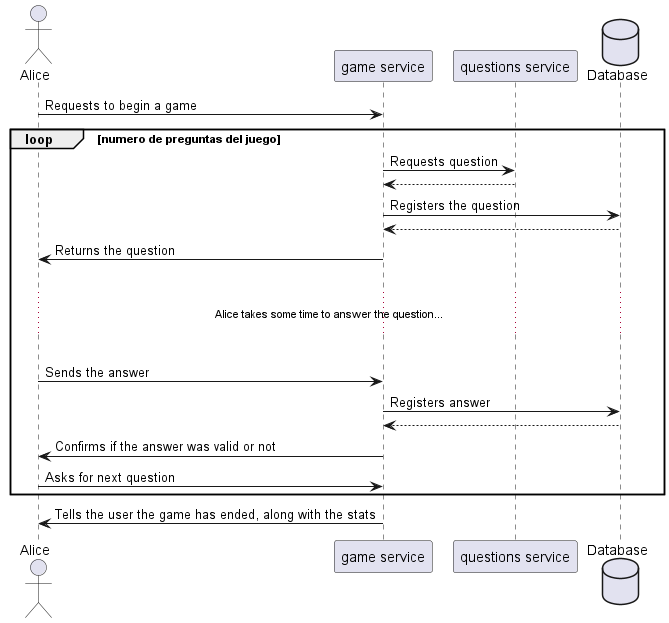
Above: images/Start a game.png in Arquisoft/wiq_es1c (PlantUML), before the change.
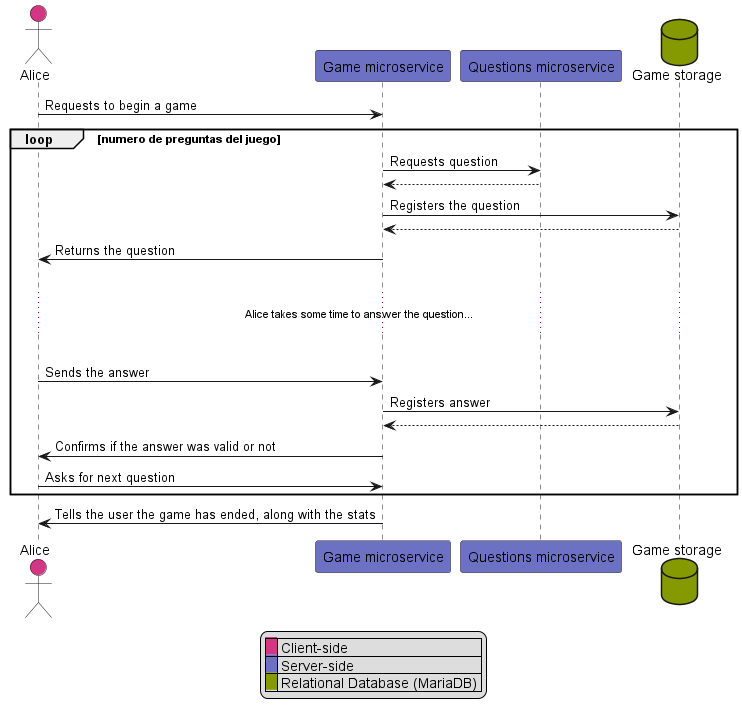
Later version of the same file.

What changed in the source:
```diff
@@ -1,8 +1,8 @@
 @startuml
-actor a as "Alice"
-participant q as "game service"
-participant w as "questions service"
-database d as "Database"
+actor a as "Alice" #d33682
+participant q as "Game microservice" #6c71c4
+participant w as "Questions microservice" #6c71c4
+database d as "Game storage" #859900
 
 
 a -> q: Requests to begin a game
@@ -22,4 +22,10 @@
 a -> q: Asks for next question
 end
 q -> a: Tells the user the game has ended, along with the stats
+
+legend
+ |<back:#d33682>   </back>| Client-side |
+ |<back:#6c71c4>   </back>| Server-side |
+ |<back:#859900>   </back>| Relational Database (MariaDB) |
+endlegend
 @enduml
```
